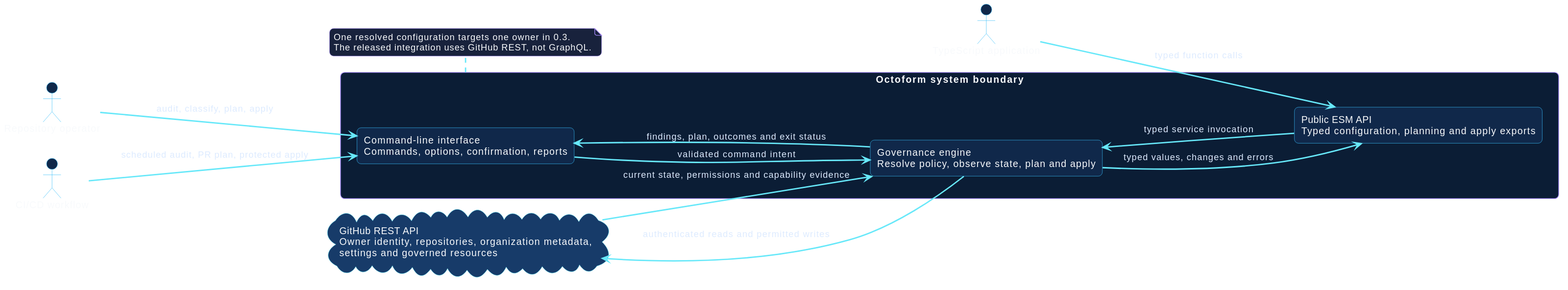
The PlantUML diagram docs/assets/diagrams/system-context.svg in hector-ae21/octoform-docs, before a commit.
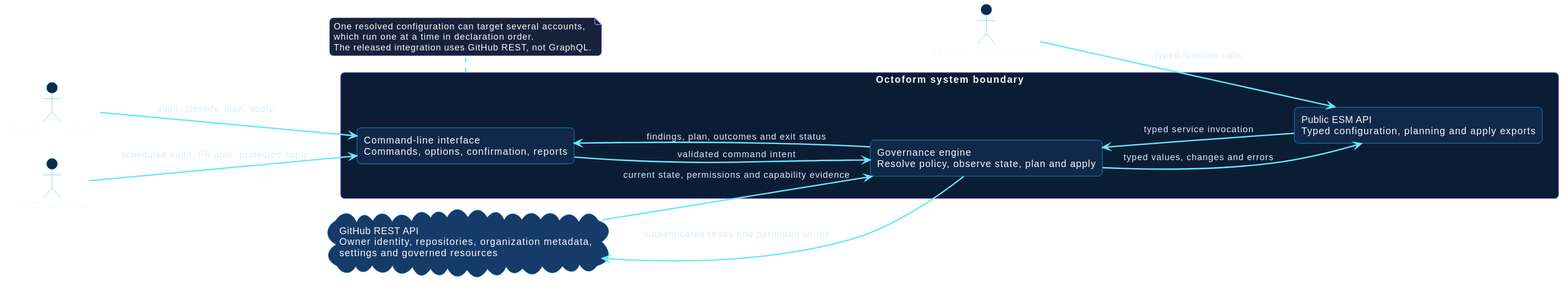
After the change.

Diff of the diagram source:
```diff
@@ -25,7 +25,8 @@
 Engine --> API : typed values, changes and errors
 
 note bottom of Octoform
-  One resolved configuration targets one owner in 0.3.
+  One resolved configuration can target several accounts,
+  which run one at a time in declaration order.
   The released integration uses GitHub REST, not GraphQL.
 end note
 @enduml
```
